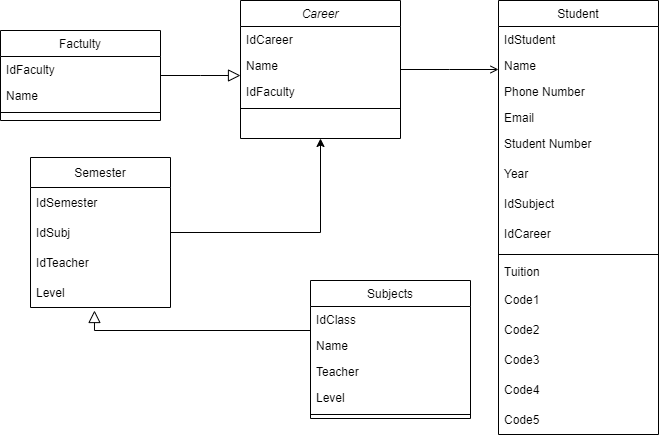
This is Untitled Diagram.drawio.png from GuilleAlvarado/draw, a draw.io export, as it was before one commit. Source tidied: cells renumbered, new cells last; positions are measured from the earlier drawing's top-left corner, leaving out a move shared by most shapes.
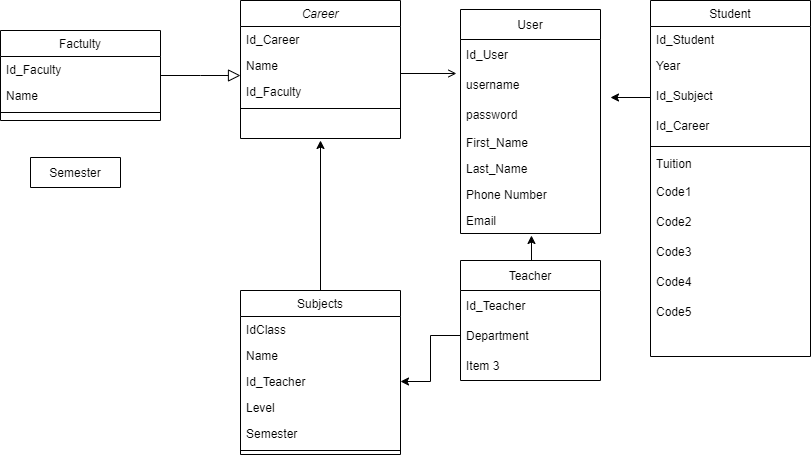
After the commit.

Diff of the diagram source:
```diff
@@ -5,13 +5,13 @@
     <mxCell id="2" value="Career" style="swimlane;fontStyle=2;align=center;verticalAlign=top;horizontal=1;startSize=26;rounded=0;shadow=0;strokeWidth=1;" parent="1" vertex="1">
       <mxGeometry x="240" width="160" height="138" as="geometry" />
     </mxCell>
-    <mxCell id="3" value="IdCareer" style="text;align=left;verticalAlign=top;spacingLeft=4;spacingRight=4;overflow=hidden;" parent="2" vertex="1">
+    <mxCell id="3" value="Id_Career" style="text;align=left;verticalAlign=top;spacingLeft=4;spacingRight=4;overflow=hidden;" parent="2" vertex="1">
       <mxGeometry y="26" width="160" height="26" as="geometry" />
     </mxCell>
     <mxCell id="4" value="Name" style="text;align=left;verticalAlign=top;spacingLeft=4;spacingRight=4;overflow=hidden;rounded=0;shadow=0;html=0;" parent="2" vertex="1">
       <mxGeometry y="52" width="160" height="26" as="geometry" />
     </mxCell>
-    <mxCell id="5" value="IdFaculty" style="text;align=left;verticalAlign=top;spacingLeft=4;spacingRight=4;overflow=hidden;rounded=0;shadow=0;html=0;" parent="2" vertex="1">
+    <mxCell id="5" value="Id_Faculty" style="text;align=left;verticalAlign=top;spacingLeft=4;spacingRight=4;overflow=hidden;rounded=0;shadow=0;html=0;" parent="2" vertex="1">
       <mxGeometry y="78" width="160" height="26" as="geometry" />
     </mxCell>
     <mxCell id="6" style="line;html=1;strokeWidth=1;align=left;verticalAlign=middle;spacingTop=-1;spacingLeft=3;spacingRight=3;labelPosition=right;" parent="2" vertex="1">
@@ -20,7 +20,7 @@
     <mxCell id="7" value="Factulty" style="swimlane;fontStyle=0;align=center;verticalAlign=top;horizontal=1;startSize=26;rounded=0;shadow=0;strokeWidth=1;" parent="1" vertex="1">
       <mxGeometry y="30" width="160" height="90" as="geometry" />
     </mxCell>
-    <mxCell id="8" value="IdFaculty" style="text;align=left;verticalAlign=top;spacingLeft=4;spacingRight=4;overflow=hidden;" parent="7" vertex="1">
+    <mxCell id="8" value="Id_Faculty" style="text;align=left;verticalAlign=top;spacingLeft=4;spacingRight=4;overflow=hidden;" parent="7" vertex="1">
       <mxGeometry y="26" width="160" height="26" as="geometry" />
     </mxCell>
     <mxCell id="9" value="Name" style="text;align=left;verticalAlign=top;spacingLeft=4;spacingRight=4;overflow=hidden;rounded=0;shadow=0;html=0;" parent="7" vertex="1">
@@ -32,8 +32,13 @@
     <mxCell id="11" style="endArrow=block;endSize=10;endFill=0;shadow=0;strokeWidth=1;rounded=0;edgeStyle=elbowEdgeStyle;elbow=vertical;" parent="1" edge="1" source="7" target="2">
       <mxGeometry relative="1" as="geometry" />
     </mxCell>
+    <mxCell id="42" style="edgeStyle=orthogonalEdgeStyle;rounded=0;jettySize=auto;html=1;exitX=0.5;exitY=0;exitDx=0;exitDy=0;" parent="1" edge="1" source="12">
+      <mxGeometry relative="1" as="geometry">
+        <mxPoint x="320" y="140" as="targetPoint" />
+      </mxGeometry>
+    </mxCell>
     <mxCell id="12" value="Subjects" style="swimlane;fontStyle=0;align=center;verticalAlign=top;horizontal=1;startSize=26;rounded=0;shadow=0;strokeWidth=1;" parent="1" vertex="1">
-      <mxGeometry x="310" y="280" width="160" height="138" as="geometry" />
+      <mxGeometry x="240" y="290" width="160" height="164" as="geometry" />
     </mxCell>
     <mxCell id="13" value="IdClass" style="text;align=left;verticalAlign=top;spacingLeft=4;spacingRight=4;overflow=hidden;" parent="12" vertex="1">
       <mxGeometry y="26" width="160" height="26" as="geometry" />
@@ -41,93 +46,108 @@
     <mxCell id="14" value="Name" style="text;align=left;verticalAlign=top;spacingLeft=4;spacingRight=4;overflow=hidden;" parent="12" vertex="1">
       <mxGeometry y="52" width="160" height="26" as="geometry" />
     </mxCell>
-    <mxCell id="15" value="Teacher" style="text;align=left;verticalAlign=top;spacingLeft=4;spacingRight=4;overflow=hidden;points=[[0,0.5],[1,0.5]];portConstraint=eastwest;" parent="12" vertex="1">
+    <mxCell id="15" value="Id_Teacher" style="text;align=left;verticalAlign=top;spacingLeft=4;spacingRight=4;overflow=hidden;points=[[0,0.5],[1,0.5]];portConstraint=eastwest;" parent="12" vertex="1">
       <mxGeometry y="78" width="160" height="26" as="geometry" />
     </mxCell>
     <mxCell id="16" value="Level" style="text;align=left;verticalAlign=top;spacingLeft=4;spacingRight=4;overflow=hidden;" parent="12" vertex="1">
       <mxGeometry y="104" width="160" height="26" as="geometry" />
     </mxCell>
+    <mxCell id="43" value="Semester" style="text;align=left;verticalAlign=top;spacingLeft=4;spacingRight=4;overflow=hidden;" parent="12" vertex="1">
+      <mxGeometry y="130" width="160" height="26" as="geometry" />
+    </mxCell>
     <mxCell id="17" style="line;html=1;strokeWidth=1;align=left;verticalAlign=middle;spacingTop=-1;spacingLeft=3;spacingRight=3;labelPosition=right;" parent="12" vertex="1">
-      <mxGeometry y="130" width="160" height="8" as="geometry" />
+      <mxGeometry y="156" width="160" height="8" as="geometry" />
     </mxCell>
-    <mxCell id="18" style="endArrow=block;endSize=10;endFill=0;shadow=0;strokeWidth=1;rounded=0;edgeStyle=elbowEdgeStyle;elbow=vertical;entryX=0.457;entryY=1.1;entryDx=0;entryDy=0;entryPerimeter=0;" parent="1" edge="1" source="12" target="40">
-      <mxGeometry relative="1" as="geometry">
-        <Array as="points">
-          <mxPoint x="140" y="330" />
-          <mxPoint x="240" y="220" />
-        </Array>
-      </mxGeometry>
-    </mxCell>
     <mxCell id="19" value="Student" style="swimlane;fontStyle=0;align=center;verticalAlign=top;horizontal=1;startSize=26;rounded=0;shadow=0;strokeWidth=1;" parent="1" vertex="1">
-      <mxGeometry x="498" width="160" height="434" as="geometry" />
+      <mxGeometry x="650" width="160" height="356" as="geometry" />
     </mxCell>
-    <mxCell id="20" value="IdStudent" style="text;align=left;verticalAlign=top;spacingLeft=4;spacingRight=4;overflow=hidden;" parent="19" vertex="1">
+    <mxCell id="20" value="Id_Student" style="text;align=left;verticalAlign=top;spacingLeft=4;spacingRight=4;overflow=hidden;" parent="19" vertex="1">
       <mxGeometry y="26" width="160" height="26" as="geometry" />
     </mxCell>
-    <mxCell id="21" value="Name" style="text;align=left;verticalAlign=top;spacingLeft=4;spacingRight=4;overflow=hidden;rounded=0;shadow=0;html=0;" parent="19" vertex="1">
-      <mxGeometry y="52" width="160" height="26" as="geometry" />
-    </mxCell>
-    <mxCell id="22" value="Phone Number " style="text;align=left;verticalAlign=top;spacingLeft=4;spacingRight=4;overflow=hidden;rounded=0;shadow=0;html=0;" parent="19" vertex="1">
-      <mxGeometry y="78" width="160" height="26" as="geometry" />
-    </mxCell>
-    <mxCell id="23" value="Email" style="text;align=left;verticalAlign=top;spacingLeft=4;spacingRight=4;overflow=hidden;points=[[0,0.5],[1,0.5]];portConstraint=eastwest;rounded=0;shadow=0;html=0;" parent="19" vertex="1">
-      <mxGeometry y="104" width="160" height="26" as="geometry" />
-    </mxCell>
-    <mxCell id="24" value="Student Number" style="text;align=left;verticalAlign=top;spacingLeft=4;spacingRight=4;overflow=hidden;rounded=0;shadow=0;html=0;" parent="19" vertex="1">
-      <mxGeometry y="130" width="160" height="30" as="geometry" />
-    </mxCell>
     <mxCell id="25" value="Year" style="text;align=left;verticalAlign=top;spacingLeft=4;spacingRight=4;overflow=hidden;rounded=0;shadow=0;html=0;" parent="19" vertex="1">
-      <mxGeometry y="160" width="160" height="30" as="geometry" />
+      <mxGeometry y="52" width="160" height="30" as="geometry" />
     </mxCell>
-    <mxCell id="26" value="IdSubject" style="text;align=left;verticalAlign=top;spacingLeft=4;spacingRight=4;overflow=hidden;points=[[0,0.5],[1,0.5]];portConstraint=eastwest;rounded=0;shadow=0;html=0;" parent="19" vertex="1">
-      <mxGeometry y="190" width="160" height="30" as="geometry" />
+    <mxCell id="26" value="Id_Subject" style="text;align=left;verticalAlign=top;spacingLeft=4;spacingRight=4;overflow=hidden;points=[[0,0.5],[1,0.5]];portConstraint=eastwest;rounded=0;shadow=0;html=0;" parent="19" vertex="1">
+      <mxGeometry y="82" width="160" height="30" as="geometry" />
     </mxCell>
-    <mxCell id="27" value="IdCareer" style="text;align=left;verticalAlign=top;spacingLeft=4;spacingRight=4;overflow=hidden;rounded=0;shadow=0;html=0;" parent="19" vertex="1">
-      <mxGeometry y="220" width="160" height="30" as="geometry" />
+    <mxCell id="27" value="Id_Career" style="text;align=left;verticalAlign=top;spacingLeft=4;spacingRight=4;overflow=hidden;rounded=0;shadow=0;html=0;" parent="19" vertex="1">
+      <mxGeometry y="112" width="160" height="30" as="geometry" />
     </mxCell>
     <mxCell id="28" style="line;html=1;strokeWidth=1;align=left;verticalAlign=middle;spacingTop=-1;spacingLeft=3;spacingRight=3;labelPosition=right;" parent="19" vertex="1">
-      <mxGeometry y="250" width="160" height="8" as="geometry" />
+      <mxGeometry y="142" width="160" height="8" as="geometry" />
     </mxCell>
     <mxCell id="29" value="Tuition" style="text;align=left;verticalAlign=top;spacingLeft=4;spacingRight=4;overflow=hidden;" parent="19" vertex="1">
-      <mxGeometry y="258" width="160" height="26" as="geometry" />
+      <mxGeometry y="150" width="160" height="26" as="geometry" />
     </mxCell>
     <mxCell id="30" value="Code1" style="text;strokeColor=none;fillColor=none;align=left;verticalAlign=middle;spacingLeft=4;spacingRight=4;overflow=hidden;" parent="19" vertex="1">
-      <mxGeometry y="284" width="160" height="30" as="geometry" />
+      <mxGeometry y="176" width="160" height="30" as="geometry" />
     </mxCell>
     <mxCell id="31" value="Code2" style="text;strokeColor=none;fillColor=none;align=left;verticalAlign=middle;spacingLeft=4;spacingRight=4;overflow=hidden;" parent="19" vertex="1">
-      <mxGeometry y="314" width="160" height="30" as="geometry" />
+      <mxGeometry y="206" width="160" height="30" as="geometry" />
     </mxCell>
     <mxCell id="32" value="Code3" style="text;strokeColor=none;fillColor=none;align=left;verticalAlign=middle;spacingLeft=4;spacingRight=4;overflow=hidden;" parent="19" vertex="1">
-      <mxGeometry y="344" width="160" height="30" as="geometry" />
+      <mxGeometry y="236" width="160" height="30" as="geometry" />
     </mxCell>
     <mxCell id="33" value="Code4" style="text;strokeColor=none;fillColor=none;align=left;verticalAlign=middle;spacingLeft=4;spacingRight=4;overflow=hidden;" parent="19" vertex="1">
-      <mxGeometry y="374" width="160" height="30" as="geometry" />
+      <mxGeometry y="266" width="160" height="30" as="geometry" />
     </mxCell>
     <mxCell id="34" value="Code5" style="text;strokeColor=none;fillColor=none;align=left;verticalAlign=middle;spacingLeft=4;spacingRight=4;overflow=hidden;" parent="19" vertex="1">
-      <mxGeometry y="404" width="160" height="30" as="geometry" />
+      <mxGeometry y="296" width="160" height="30" as="geometry" />
     </mxCell>
-    <mxCell id="35" style="endArrow=open;shadow=0;strokeWidth=1;rounded=0;endFill=1;edgeStyle=elbowEdgeStyle;elbow=vertical;" parent="1" edge="1" source="2" target="19">
+    <mxCell id="35" style="endArrow=open;shadow=0;strokeWidth=1;rounded=0;endFill=1;edgeStyle=elbowEdgeStyle;elbow=vertical;entryX=-0.029;entryY=0.133;entryDx=0;entryDy=0;entryPerimeter=0;" parent="1" edge="1" source="2" target="46">
       <mxGeometry x="0.5" y="41" relative="1" as="geometry">
         <mxPoint x="-40" y="32" as="offset" />
       </mxGeometry>
     </mxCell>
-    <mxCell id="36" value="Semester" style="swimlane;fontStyle=0;horizontal=1;startSize=30;" parent="1" vertex="1">
-      <mxGeometry x="30" y="157" width="140" height="150" as="geometry" />
+    <mxCell id="36" value="Semester" style="swimlane;fontStyle=0;horizontal=1;startSize=30;" parent="1" vertex="1" collapsed="1">
+      <mxGeometry x="30" y="157" width="90" height="30" as="geometry" />
     </mxCell>
-    <mxCell id="37" value="IdSemester" style="text;strokeColor=none;fillColor=none;align=left;verticalAlign=middle;spacingLeft=4;spacingRight=4;overflow=hidden;" parent="36" vertex="1">
-      <mxGeometry y="30" width="140" height="30" as="geometry" />
-    </mxCell>
-    <mxCell id="38" value="IdSubj" style="text;strokeColor=none;fillColor=none;align=left;verticalAlign=middle;spacingLeft=4;spacingRight=4;overflow=hidden;points=[[0,0.5],[1,0.5]];portConstraint=eastwest;" parent="36" vertex="1">
-      <mxGeometry y="60" width="140" height="30" as="geometry" />
-    </mxCell>
-    <mxCell id="39" value="IdTeacher" style="text;strokeColor=none;fillColor=none;align=left;verticalAlign=middle;spacingLeft=4;spacingRight=4;overflow=hidden;" parent="36" vertex="1">
-      <mxGeometry y="90" width="140" height="30" as="geometry" />
-    </mxCell>
-    <mxCell id="40" value="Level" style="text;strokeColor=none;fillColor=none;align=left;verticalAlign=middle;spacingLeft=4;spacingRight=4;overflow=hidden;points=[[0,0.5],[1,0.5]];portConstraint=eastwest;" parent="36" vertex="1">
-      <mxGeometry y="120" width="140" height="30" as="geometry" />
-    </mxCell>
-    <mxCell id="41" style="edgeStyle=orthogonalEdgeStyle;rounded=0;jettySize=auto;html=1;exitX=1;exitY=0.5;exitDx=0;exitDy=0;entryX=0.5;entryY=1;entryDx=0;entryDy=0;" parent="1" edge="1" source="38" target="2">
-      <mxGeometry relative="1" as="geometry" />
-    </mxCell>
+    <mxCell id="44" value="User" style="swimlane;fontStyle=0;horizontal=1;startSize=30;" parent="1" vertex="1">
+      <mxGeometry x="460" y="9" width="140" height="224" as="geometry" />
+    </mxCell>
+    <mxCell id="45" value="Id_User" style="text;strokeColor=none;fillColor=none;align=left;verticalAlign=middle;spacingLeft=4;spacingRight=4;overflow=hidden;" parent="44" vertex="1">
+      <mxGeometry y="30" width="140" height="30" as="geometry" />
+    </mxCell>
+    <mxCell id="46" value="username" style="text;strokeColor=none;fillColor=none;align=left;verticalAlign=middle;spacingLeft=4;spacingRight=4;overflow=hidden;points=[[0,0.5],[1,0.5]];portConstraint=eastwest;" parent="44" vertex="1">
+      <mxGeometry y="60" width="140" height="30" as="geometry" />
+    </mxCell>
+    <mxCell id="47" value="password" style="text;strokeColor=none;fillColor=none;align=left;verticalAlign=middle;spacingLeft=4;spacingRight=4;overflow=hidden;" parent="44" vertex="1">
+      <mxGeometry y="90" width="140" height="30" as="geometry" />
+    </mxCell>
+    <mxCell id="21" value="First_Name" style="text;align=left;verticalAlign=top;spacingLeft=4;spacingRight=4;overflow=hidden;rounded=0;shadow=0;html=0;" parent="44" vertex="1">
+      <mxGeometry y="120" width="140" height="26" as="geometry" />
+    </mxCell>
+    <mxCell id="48" value="Last_Name" style="text;align=left;verticalAlign=top;spacingLeft=4;spacingRight=4;overflow=hidden;rounded=0;shadow=0;html=0;" parent="44" vertex="1">
+      <mxGeometry y="146" width="140" height="26" as="geometry" />
+    </mxCell>
+    <mxCell id="22" value="Phone Number " style="text;align=left;verticalAlign=top;spacingLeft=4;spacingRight=4;overflow=hidden;rounded=0;shadow=0;html=0;" parent="44" vertex="1">
+      <mxGeometry y="172" width="140" height="26" as="geometry" />
+    </mxCell>
+    <mxCell id="23" value="Email" style="text;align=left;verticalAlign=top;spacingLeft=4;spacingRight=4;overflow=hidden;points=[[0,0.5],[1,0.5]];portConstraint=eastwest;rounded=0;shadow=0;html=0;" parent="44" vertex="1">
+      <mxGeometry y="198" width="140" height="26" as="geometry" />
+    </mxCell>
+    <mxCell id="49" style="edgeStyle=orthogonalEdgeStyle;rounded=0;jettySize=auto;html=1;exitX=0.5;exitY=0;exitDx=0;exitDy=0;entryX=0.507;entryY=1.077;entryDx=0;entryDy=0;entryPerimeter=0;" parent="1" edge="1" source="50" target="23">
+      <mxGeometry relative="1" as="geometry" />
+    </mxCell>
+    <mxCell id="50" value="Teacher" style="swimlane;fontStyle=0;horizontal=1;startSize=30;" parent="1" vertex="1">
+      <mxGeometry x="460" y="260" width="140" height="120" as="geometry" />
+    </mxCell>
+    <mxCell id="51" value="Id_Teacher" style="text;strokeColor=none;fillColor=none;align=left;verticalAlign=middle;spacingLeft=4;spacingRight=4;overflow=hidden;" parent="50" vertex="1">
+      <mxGeometry y="30" width="140" height="30" as="geometry" />
+    </mxCell>
+    <mxCell id="52" value="Department" style="text;strokeColor=none;fillColor=none;align=left;verticalAlign=middle;spacingLeft=4;spacingRight=4;overflow=hidden;points=[[0,0.5],[1,0.5]];portConstraint=eastwest;" parent="50" vertex="1">
+      <mxGeometry y="60" width="140" height="30" as="geometry" />
+    </mxCell>
+    <mxCell id="53" value="Item 3" style="text;strokeColor=none;fillColor=none;align=left;verticalAlign=middle;spacingLeft=4;spacingRight=4;overflow=hidden;" parent="50" vertex="1">
+      <mxGeometry y="90" width="140" height="30" as="geometry" />
+    </mxCell>
+    <mxCell id="54" style="edgeStyle=orthogonalEdgeStyle;rounded=0;jettySize=auto;html=1;exitX=0;exitY=0.5;exitDx=0;exitDy=0;" parent="1" edge="1" source="26">
+      <mxGeometry relative="1" as="geometry">
+        <mxPoint x="610" y="97" as="targetPoint" />
+      </mxGeometry>
+    </mxCell>
+    <mxCell id="55" style="edgeStyle=orthogonalEdgeStyle;rounded=0;jettySize=auto;html=1;" parent="1" edge="1" source="52" target="15">
+      <mxGeometry relative="1" as="geometry" />
+    </mxCell>
   </root>
 </mxGraphModel>
```
